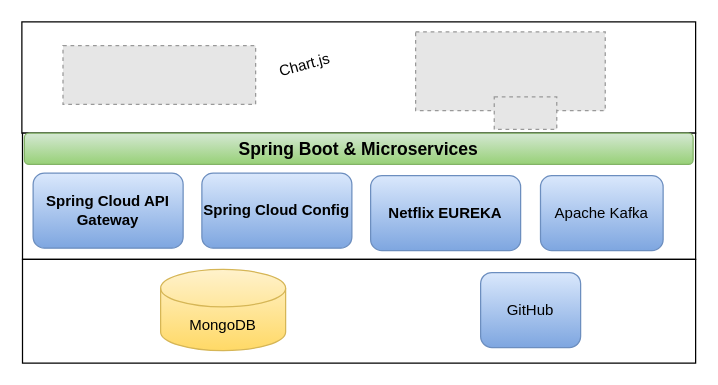
The draw.io diagram page "TechStack" (2 of 5) of DOCUMENT/Untitled Diagram.drawio in vantypham/reportservice, before the edit. Source tidied: cells renumbered, new cells numbered last; positions are measured from the earlier drawing's top-left corner, leaving out a move shared by most shapes. Both pictures are drawn from the tidied source at 125%, with x=0, y=0 at pixel (21, 21). Pictures stored in the file or linked from it are replaced by grey dashed boxes.
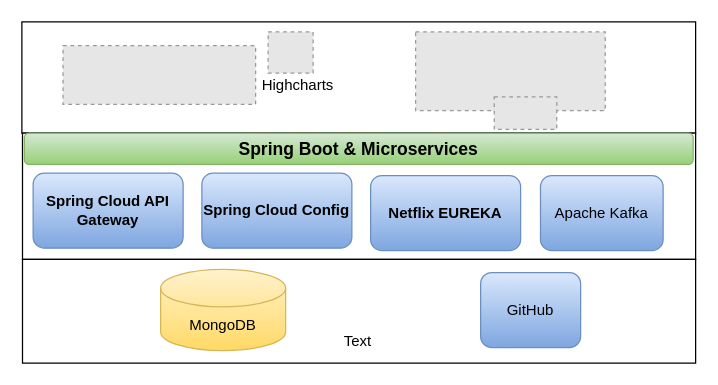
After the change.

Change to the diagram source:
```diff
@@
 <mxGraphModel>
   <root>
     <mxCell id="0" />
     <mxCell id="1" parent="0" />
     <mxCell id="2" style="rounded=0;whiteSpace=wrap;html=1;" parent="1" vertex="1">
       <mxGeometry width="539" height="89" as="geometry" />
     </mxCell>
     <mxCell id="3" style="rounded=0;whiteSpace=wrap;html=1;" parent="1" vertex="1">
       <mxGeometry x="0.5" y="89" width="538.5" height="101" as="geometry" />
     </mxCell>
     <mxCell id="4" style="rounded=0;whiteSpace=wrap;html=1;" parent="1" vertex="1">
       <mxGeometry x="0.5" y="190" width="538.5" height="83" as="geometry" />
     </mxCell>
     <mxCell id="5" style="fillColor=#E6E6E6;strokeColor=#999999;dashed=1;verticalLabelPosition=bottom;labelBackgroundColor=default;verticalAlign=top;" parent="1" vertex="1">
       <mxGeometry x="315" y="8" width="151.7" height="63" as="geometry" />
     </mxCell>
     <mxCell id="6" style="fillColor=#E6E6E6;strokeColor=#999999;dashed=1;verticalLabelPosition=bottom;labelBackgroundColor=default;verticalAlign=top;" parent="1" vertex="1">
       <mxGeometry x="377.9" y="60" width="50" height="26" as="geometry" />
     </mxCell>
     <mxCell id="7" style="fillColor=#E6E6E6;strokeColor=#999999;dashed=1;verticalLabelPosition=bottom;labelBackgroundColor=default;verticalAlign=top;" parent="1" vertex="1">
       <mxGeometry x="32.9" y="19" width="154.1" height="47" as="geometry" />
     </mxCell>
     <mxCell id="8" value="Spring Boot &amp;amp; Microservices" style="rounded=1;whiteSpace=wrap;html=1;fillColor=#d5e8d4;gradientColor=#97d077;strokeColor=#82b366;fontSize=14;fontStyle=1;" parent="1" vertex="1">
       <mxGeometry x="2" y="89" width="535" height="25" as="geometry" />
     </mxCell>
     <mxCell id="9" value="Spring Cloud API Gateway" style="rounded=1;whiteSpace=wrap;html=1;fillColor=#dae8fc;gradientColor=#7ea6e0;strokeColor=#6c8ebf;fontStyle=1;" parent="1" vertex="1">
       <mxGeometry x="9" y="121" width="120" height="60" as="geometry" />
     </mxCell>
     <mxCell id="10" value="Spring Cloud Config" style="rounded=1;whiteSpace=wrap;html=1;fillColor=#dae8fc;gradientColor=#7ea6e0;strokeColor=#6c8ebf;fontStyle=1;" parent="1" vertex="1">
       <mxGeometry x="144" y="121" width="120" height="60" as="geometry" />
     </mxCell>
     <mxCell id="11" value="Netflix EUREKA" style="rounded=1;whiteSpace=wrap;html=1;fillColor=#dae8fc;gradientColor=#7ea6e0;strokeColor=#6c8ebf;fontStyle=1;" parent="1" vertex="1">
       <mxGeometry x="279" y="123" width="120" height="60" as="geometry" />
     </mxCell>
     <mxCell id="12" value="Apache Kafka" style="rounded=1;whiteSpace=wrap;html=1;fillColor=#dae8fc;gradientColor=#7ea6e0;strokeColor=#6c8ebf;" parent="1" vertex="1">
       <mxGeometry x="414.9" y="123" width="98.1" height="60" as="geometry" />
     </mxCell>
     <mxCell id="13" value="GitHub" style="rounded=1;whiteSpace=wrap;html=1;fillColor=#dae8fc;gradientColor=#7ea6e0;strokeColor=#6c8ebf;" parent="1" vertex="1">
       <mxGeometry x="367" y="200.5" width="80" height="60" as="geometry" />
     </mxCell>
     <mxCell id="14" value="MongoDB" style="shape=cylinder3;whiteSpace=wrap;html=1;boundedLbl=1;backgroundOutline=1;size=15;fillColor=#fff2cc;gradientColor=#ffd966;strokeColor=#d6b656;" parent="1" vertex="1">
       <mxGeometry x="111" y="198" width="100" height="65" as="geometry" />
     </mxCell>
-    <mxCell id="15" value="Chart.js" style="text;html=1;align=center;verticalAlign=middle;strokeColor=none;fillColor=none;rotation=-15;" parent="1" vertex="1">
-      <mxGeometry x="196" y="22" width="59" height="26" as="geometry" />
-    </mxCell>
+    <mxCell id="16" style="fillColor=#E6E6E6;strokeColor=#999999;dashed=1;verticalLabelPosition=bottom;labelBackgroundColor=default;verticalAlign=top;" parent="1" vertex="1">
+      <mxGeometry x="197" y="8" width="36" height="32.9" as="geometry" />
+    </mxCell>
+    <mxCell id="17" value="Text" style="text;html=1;strokeColor=none;fillColor=none;align=center;verticalAlign=middle;whiteSpace=wrap;rounded=0;" parent="1" vertex="1">
+      <mxGeometry x="239" y="241" width="60" height="30" as="geometry" />
+    </mxCell>
+    <mxCell id="18" value="Highcharts" style="text;html=1;strokeColor=none;fillColor=none;align=center;verticalAlign=middle;whiteSpace=wrap;rounded=0;" parent="1" vertex="1">
+      <mxGeometry x="191" y="36" width="60" height="30" as="geometry" />
+    </mxCell>
   </root>
 </mxGraphModel>
```
